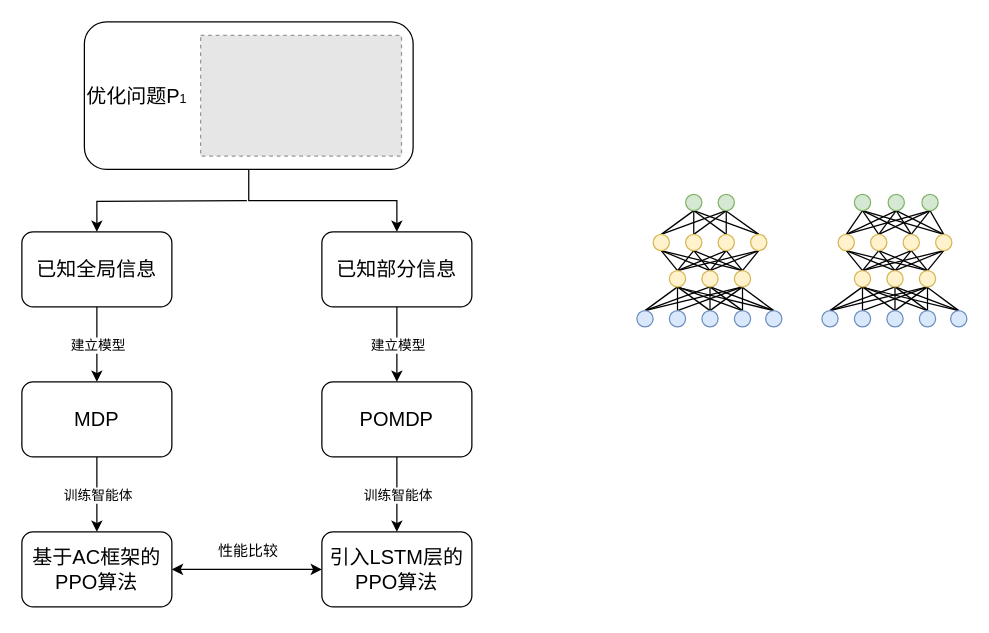
Above: figs/Untitled Diagram.drawio in M1ddlzh/draw.io (draw.io), before the change. Source tidied: cells renumbered, new cells numbered last; positions are measured from the earlier drawing's top-left corner, leaving out a move shared by most shapes. Both pictures are drawn from the tidied source at 125%, with x=0, y=0 at pixel (21, 21). Pictures stored in the file or linked from it are replaced by grey dashed boxes.
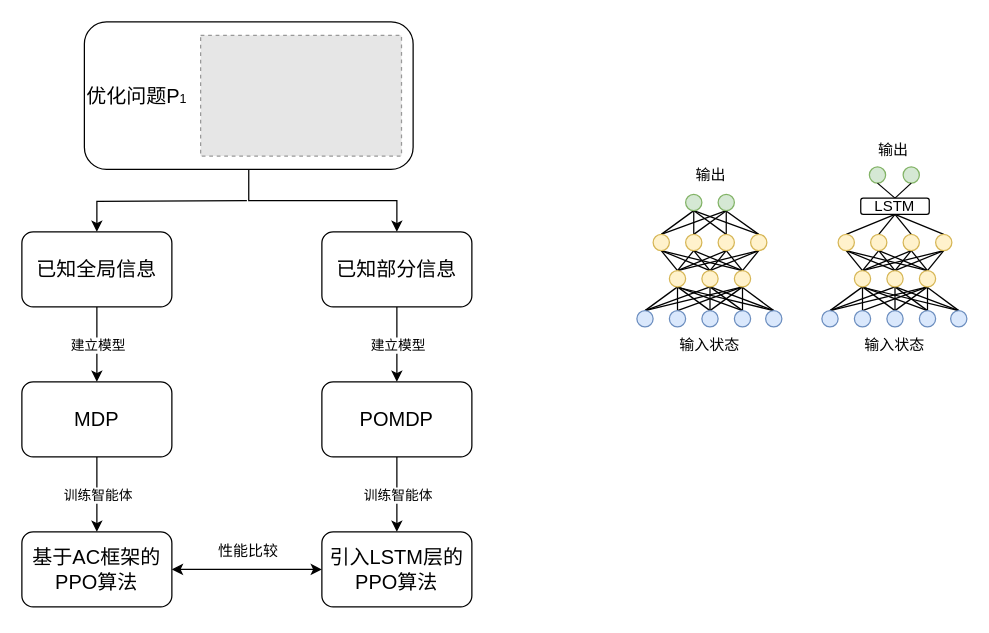
After the change.

Unchanged cells that the change refers to:
```xml
<mxCell id="107" style="ellipse;whiteSpace=wrap;html=1;fillColor=#fff2cc;strokeColor=#d6b656;" parent="1" vertex="1">
  <mxGeometry x="653" y="170" width="13" height="13" as="geometry" />
</mxCell>
<mxCell id="111" style="ellipse;whiteSpace=wrap;html=1;fillColor=#fff2cc;strokeColor=#d6b656;" parent="1" vertex="1">
  <mxGeometry x="679" y="170" width="13" height="13" as="geometry" />
</mxCell>
<mxCell id="115" style="ellipse;whiteSpace=wrap;html=1;fillColor=#fff2cc;strokeColor=#d6b656;" parent="1" vertex="1">
  <mxGeometry x="705" y="170" width="13" height="13" as="geometry" />
</mxCell>
<mxCell id="119" style="ellipse;whiteSpace=wrap;html=1;fillColor=#fff2cc;strokeColor=#d6b656;" parent="1" vertex="1">
  <mxGeometry x="731" y="170" width="13" height="13" as="geometry" />
</mxCell>
```

Diff of the diagram source:
```diff
@@
-    <mxCell id="104" style="edgeStyle=none;rounded=0;jettySize=auto;html=1;exitX=0.5;exitY=0;exitDx=0;exitDy=0;entryX=0.5;entryY=1;entryDx=0;entryDy=0;endArrow=none;endFill=0;" parent="1" edge="1" source="107" target="120">
-      <mxGeometry relative="1" as="geometry" />
-    </mxCell>
-    <mxCell id="105" style="edgeStyle=none;rounded=0;jettySize=auto;html=1;exitX=0.5;exitY=0;exitDx=0;exitDy=0;entryX=0.5;entryY=1;entryDx=0;entryDy=0;endArrow=none;endFill=0;" parent="1" edge="1" source="107" target="121">
-      <mxGeometry relative="1" as="geometry" />
-    </mxCell>
-    <mxCell id="106" style="edgeStyle=none;rounded=0;jettySize=auto;html=1;exitX=0.5;exitY=0;exitDx=0;exitDy=0;entryX=0.5;entryY=1;entryDx=0;entryDy=0;endArrow=none;endFill=0;" parent="1" edge="1" source="107" target="122">
-      <mxGeometry relative="1" as="geometry" />
-    </mxCell>
+    <mxCell id="123" style="edgeStyle=none;rounded=0;jettySize=auto;html=1;exitX=0.5;exitY=0;exitDx=0;exitDy=0;entryX=0.5;entryY=1;entryDx=0;entryDy=0;endArrow=none;endFill=0;" parent="1" edge="1" source="107" target="129">
+      <mxGeometry relative="1" as="geometry" />
+    </mxCell>
@@
-    <mxCell id="108" style="edgeStyle=none;rounded=0;jettySize=auto;html=1;exitX=0.5;exitY=0;exitDx=0;exitDy=0;endArrow=none;endFill=0;entryX=0.5;entryY=1;entryDx=0;entryDy=0;" parent="1" edge="1" source="111" target="120">
-      <mxGeometry relative="1" as="geometry" />
-    </mxCell>
-    <mxCell id="109" style="edgeStyle=none;rounded=0;jettySize=auto;html=1;exitX=0.5;exitY=0;exitDx=0;exitDy=0;entryX=0.5;entryY=1;entryDx=0;entryDy=0;endArrow=none;endFill=0;" parent="1" edge="1" source="111" target="121">
-      <mxGeometry relative="1" as="geometry" />
-    </mxCell>
-    <mxCell id="110" style="edgeStyle=none;rounded=0;jettySize=auto;html=1;exitX=0.5;exitY=0;exitDx=0;exitDy=0;entryX=0.5;entryY=1;entryDx=0;entryDy=0;endArrow=none;endFill=0;" parent="1" edge="1" source="111" target="122">
-      <mxGeometry relative="1" as="geometry" />
-    </mxCell>
+    <mxCell id="124" style="edgeStyle=none;rounded=0;jettySize=auto;html=1;exitX=0.5;exitY=0;exitDx=0;exitDy=0;entryX=0.5;entryY=1;entryDx=0;entryDy=0;endArrow=none;endFill=0;" parent="1" edge="1" source="111" target="129">
+      <mxGeometry relative="1" as="geometry" />
+    </mxCell>
@@
-    <mxCell id="112" style="edgeStyle=none;rounded=0;jettySize=auto;html=1;exitX=0.5;exitY=0;exitDx=0;exitDy=0;endArrow=none;endFill=0;entryX=0.5;entryY=1;entryDx=0;entryDy=0;" parent="1" edge="1" source="115" target="120">
-      <mxGeometry relative="1" as="geometry" />
-    </mxCell>
-    <mxCell id="113" style="edgeStyle=none;rounded=0;jettySize=auto;html=1;exitX=0.5;exitY=0;exitDx=0;exitDy=0;entryX=0.5;entryY=1;entryDx=0;entryDy=0;endArrow=none;endFill=0;" parent="1" edge="1" source="115" target="121">
-      <mxGeometry relative="1" as="geometry" />
-    </mxCell>
-    <mxCell id="114" style="edgeStyle=none;rounded=0;jettySize=auto;html=1;exitX=0.5;exitY=0;exitDx=0;exitDy=0;entryX=0.5;entryY=1;entryDx=0;entryDy=0;endArrow=none;endFill=0;" parent="1" edge="1" source="115" target="122">
-      <mxGeometry relative="1" as="geometry" />
-    </mxCell>
+    <mxCell id="125" style="edgeStyle=none;rounded=0;jettySize=auto;html=1;exitX=0.5;exitY=0;exitDx=0;exitDy=0;entryX=0.5;entryY=1;entryDx=0;entryDy=0;endArrow=none;endFill=0;" parent="1" edge="1" source="115" target="129">
+      <mxGeometry relative="1" as="geometry" />
+    </mxCell>
@@
-    <mxCell id="116" style="edgeStyle=none;rounded=0;jettySize=auto;html=1;exitX=0.5;exitY=0;exitDx=0;exitDy=0;entryX=0.5;entryY=1;entryDx=0;entryDy=0;endArrow=none;endFill=0;" parent="1" edge="1" source="119" target="120">
-      <mxGeometry relative="1" as="geometry" />
-    </mxCell>
-    <mxCell id="117" style="edgeStyle=none;rounded=0;jettySize=auto;html=1;exitX=0.5;exitY=0;exitDx=0;exitDy=0;entryX=0.5;entryY=1;entryDx=0;entryDy=0;endArrow=none;endFill=0;" parent="1" edge="1" source="119" target="121">
-      <mxGeometry relative="1" as="geometry" />
-    </mxCell>
-    <mxCell id="118" style="edgeStyle=none;rounded=0;jettySize=auto;html=1;exitX=0.5;exitY=0;exitDx=0;exitDy=0;entryX=0.5;entryY=1;entryDx=0;entryDy=0;endArrow=none;endFill=0;" parent="1" edge="1" source="119" target="122">
-      <mxGeometry relative="1" as="geometry" />
-    </mxCell>
+    <mxCell id="126" style="edgeStyle=none;rounded=0;jettySize=auto;html=1;exitX=0.5;exitY=0;exitDx=0;exitDy=0;entryX=0.5;entryY=1;entryDx=0;entryDy=0;endArrow=none;endFill=0;" parent="1" edge="1" source="119" target="129">
+      <mxGeometry relative="1" as="geometry" />
+    </mxCell>
@@
     <mxCell id="120" style="ellipse;whiteSpace=wrap;html=1;fillColor=#d5e8d4;strokeColor=#82b366;" parent="1" vertex="1">
-      <mxGeometry x="666" y="138" width="13" height="13" as="geometry" />
+      <mxGeometry x="678" y="116" width="13" height="13" as="geometry" />
     </mxCell>
     <mxCell id="121" style="ellipse;whiteSpace=wrap;html=1;fillColor=#d5e8d4;strokeColor=#82b366;" parent="1" vertex="1">
-      <mxGeometry x="693" y="138" width="13" height="13" as="geometry" />
+      <mxGeometry x="705" y="116" width="13" height="13" as="geometry" />
     </mxCell>
-    <mxCell id="122" style="ellipse;whiteSpace=wrap;html=1;fillColor=#d5e8d4;strokeColor=#82b366;" parent="1" vertex="1">
-      <mxGeometry x="720" y="138" width="13" height="13" as="geometry" />
-    </mxCell>
+    <mxCell id="127" style="edgeStyle=none;rounded=0;jettySize=auto;html=1;exitX=0.5;exitY=0;exitDx=0;exitDy=0;entryX=0.5;entryY=1;entryDx=0;entryDy=0;endArrow=none;endFill=0;" parent="1" edge="1" source="129" target="120">
+      <mxGeometry relative="1" as="geometry" />
+    </mxCell>
+    <mxCell id="128" style="edgeStyle=none;rounded=0;jettySize=auto;html=1;exitX=0.5;exitY=0;exitDx=0;exitDy=0;entryX=0.5;entryY=1;entryDx=0;entryDy=0;endArrow=none;endFill=0;" parent="1" edge="1" source="129" target="121">
+      <mxGeometry relative="1" as="geometry" />
+    </mxCell>
+    <mxCell id="129" value="LSTM" style="rounded=1;whiteSpace=wrap;html=1;strokeColor=#000000;fillColor=#ffffff;" parent="1" vertex="1">
+      <mxGeometry x="671.1" y="141" width="54.8" height="13" as="geometry" />
+    </mxCell>
+    <mxCell id="130" value="输入状态" style="text;html=1;strokeColor=none;fillColor=none;align=center;verticalAlign=middle;whiteSpace=wrap;rounded=0;" parent="1" vertex="1">
+      <mxGeometry x="519" y="249" width="63" height="20" as="geometry" />
+    </mxCell>
+    <mxCell id="131" value="输入状态" style="text;html=1;strokeColor=none;fillColor=none;align=center;verticalAlign=middle;whiteSpace=wrap;rounded=0;" parent="1" vertex="1">
+      <mxGeometry x="667" y="249" width="63" height="20" as="geometry" />
+    </mxCell>
+    <mxCell id="132" value="输出" style="text;html=1;strokeColor=none;fillColor=none;align=center;verticalAlign=middle;whiteSpace=wrap;rounded=0;" parent="1" vertex="1">
+      <mxGeometry x="520" y="112.5" width="63" height="20" as="geometry" />
+    </mxCell>
+    <mxCell id="133" value="输出" style="text;html=1;strokeColor=none;fillColor=none;align=center;verticalAlign=middle;whiteSpace=wrap;rounded=0;" parent="1" vertex="1">
+      <mxGeometry x="666" y="92.5" width="63" height="20" as="geometry" />
+    </mxCell>
```
